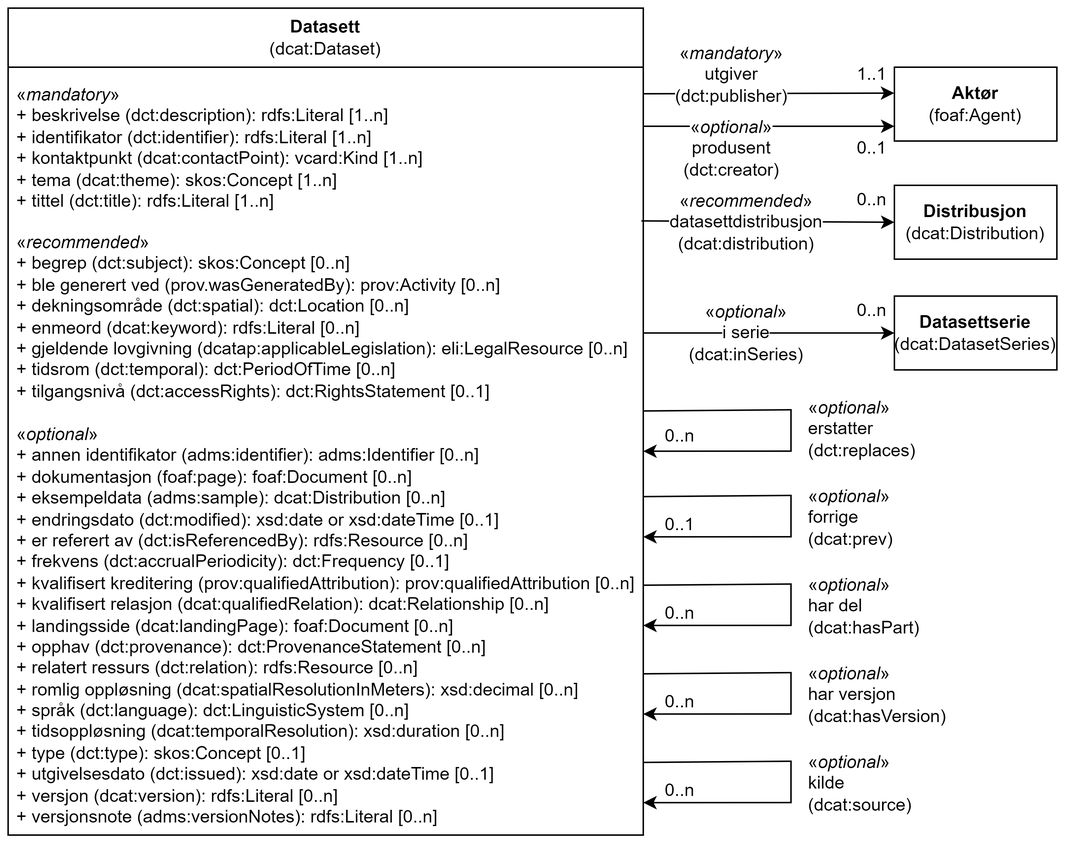
Before: docs/images/Klassen-datasett.png, a diagram exported from draw.io (Informasjonsforvaltning/dcat-ap-no). Source tidied: cells renumbered, new cells last; positions are measured from the earlier drawing's top-left corner, leaving out a move shared by most shapes.
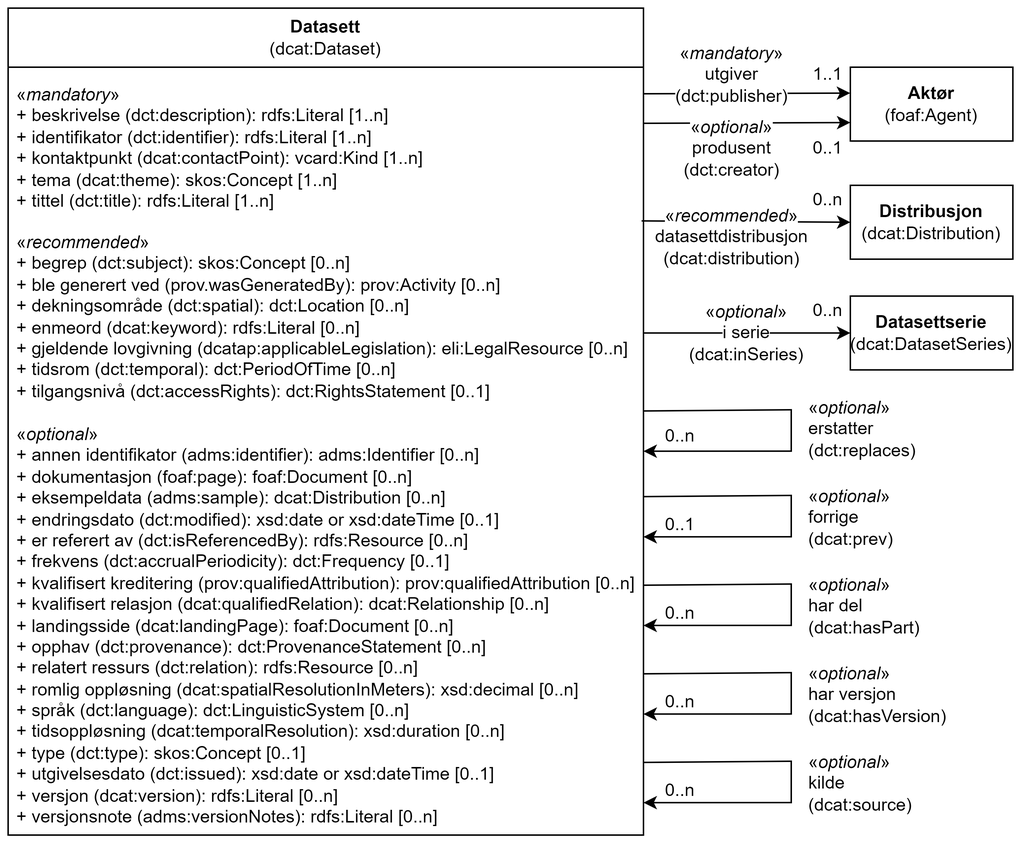
The same file after the commit.

Commit message:
Klassen datasett

The edit, as a diff of the source:
```diff
@@ -25,10 +25,10 @@
       </mxGeometry>
     </mxCell>
     <mxCell id="7" value="&lt;b&gt;Aktør&lt;/b&gt;&lt;br&gt;(foaf:Agent)" style="html=1;whiteSpace=wrap;" parent="1" vertex="1">
-      <mxGeometry x="600" y="40" width="110" height="50" as="geometry" />
+      <mxGeometry x="570" y="40" width="110" height="50" as="geometry" />
     </mxCell>
     <mxCell id="8" value="&lt;b&gt;Distribusjon&lt;/b&gt;&lt;br&gt;(dcat:Distribution)" style="html=1;whiteSpace=wrap;" parent="1" vertex="1">
-      <mxGeometry x="600" y="120" width="110" height="50" as="geometry" />
+      <mxGeometry x="570" y="120" width="110" height="50" as="geometry" />
     </mxCell>
     <mxCell id="9" value="&lt;span style=&quot;background-color: rgb(255, 255, 255);&quot;&gt;«&lt;i style=&quot;border-color: var(--border-color);&quot;&gt;optional&lt;/i&gt;&lt;span style=&quot;&quot;&gt;»&lt;br&gt;&lt;/span&gt;erstatter&lt;br&gt;(dct:replaces)&lt;/span&gt;" style="text;html=1;strokeColor=none;fillColor=none;align=left;verticalAlign=middle;whiteSpace=wrap;rounded=0;" parent="1" vertex="1">
       <mxGeometry x="540" y="270" width="60" height="30" as="geometry" />
@@ -43,7 +43,7 @@
       <mxGeometry x="540" y="450" width="60" height="30" as="geometry" />
     </mxCell>
     <mxCell id="13" value="&lt;b&gt;Datasettserie&lt;/b&gt;&lt;br&gt;(dcat:DatasetSeries)" style="html=1;whiteSpace=wrap;" parent="1" vertex="1">
-      <mxGeometry x="600" y="195" width="110" height="50" as="geometry" />
+      <mxGeometry x="570" y="195" width="110" height="50" as="geometry" />
     </mxCell>
     <mxCell id="14" value="&lt;span style=&quot;background-color: rgb(255, 255, 255);&quot;&gt;«&lt;i style=&quot;border-color: var(--border-color);&quot;&gt;optional&lt;/i&gt;&lt;span style=&quot;&quot;&gt;»&lt;br&gt;&lt;/span&gt;kilde&lt;br&gt;(dcat:source)&lt;/span&gt;" style="text;html=1;strokeColor=none;fillColor=none;align=left;verticalAlign=middle;whiteSpace=wrap;rounded=0;" parent="1" vertex="1">
       <mxGeometry x="540" y="510" width="60" height="30" as="geometry" />
@@ -56,29 +56,28 @@
     <mxCell id="16" value="&lt;span style=&quot;background-color: rgb(255, 255, 255);&quot;&gt;«&lt;i style=&quot;border-color: var(--border-color); text-align: left;&quot;&gt;mandatory&lt;/i&gt;&lt;span style=&quot;text-align: left;&quot;&gt;»&lt;br&gt;&lt;/span&gt;utgiver&lt;br&gt;(dct:publisher)&lt;/span&gt;" style="text;html=1;strokeColor=none;fillColor=none;align=center;verticalAlign=middle;whiteSpace=wrap;rounded=0;" parent="1" vertex="1">
       <mxGeometry x="460" y="30" width="60" height="30" as="geometry" />
     </mxCell>
-    <mxCell id="17" style="endArrow=classic;html=1;rounded=0;" parent="1" edge="1">
+    <mxCell id="17" style="endArrow=classic;html=1;rounded=0;entryX=0;entryY=0.75;entryDx=0;entryDy=0;" parent="1" edge="1" target="7">
       <mxGeometry relative="1" as="geometry">
-        <mxPoint x="430" y="80" as="sourcePoint" />
-        <mxPoint x="600" y="80" as="targetPoint" />
+        <mxPoint x="430" y="78" as="sourcePoint" />
       </mxGeometry>
     </mxCell>
     <mxCell id="18" value="&lt;span style=&quot;background-color: rgb(255, 255, 255);&quot;&gt;«&lt;i style=&quot;border-color: var(--border-color); text-align: left;&quot;&gt;optional&lt;/i&gt;&lt;span style=&quot;text-align: left;&quot;&gt;»&lt;br&gt;&lt;/span&gt;produsent&lt;br&gt;(dct:creator)&lt;/span&gt;" style="text;html=1;strokeColor=none;fillColor=none;align=center;verticalAlign=middle;whiteSpace=wrap;rounded=0;" parent="1" vertex="1">
       <mxGeometry x="460" y="80" width="60" height="30" as="geometry" />
     </mxCell>
     <mxCell id="19" value="1..1" style="text;html=1;strokeColor=none;fillColor=none;align=center;verticalAlign=middle;whiteSpace=wrap;rounded=0;" parent="1" vertex="1">
-      <mxGeometry x="570" y="35" width="30" height="20" as="geometry" />
+      <mxGeometry x="540" y="35" width="30" height="20" as="geometry" />
     </mxCell>
     <mxCell id="20" value="0..1" style="text;html=1;strokeColor=none;fillColor=none;align=center;verticalAlign=middle;whiteSpace=wrap;rounded=0;" parent="1" vertex="1">
-      <mxGeometry x="570" y="85" width="30" height="20" as="geometry" />
+      <mxGeometry x="540" y="85" width="30" height="20" as="geometry" />
     </mxCell>
     <mxCell id="21" style="endArrow=classic;html=1;rounded=0;entryX=0;entryY=0.5;entryDx=0;entryDy=0;exitX=0.997;exitY=-0.007;exitDx=0;exitDy=0;exitPerimeter=0;" parent="1" edge="1" source="4" target="8">
       <mxGeometry relative="1" as="geometry" />
     </mxCell>
     <mxCell id="22" value="&lt;span style=&quot;background-color: rgb(255, 255, 255);&quot;&gt;«&lt;i style=&quot;border-color: var(--border-color); text-align: left;&quot;&gt;recommended&lt;/i&gt;&lt;span style=&quot;text-align: left;&quot;&gt;»&lt;br&gt;&lt;/span&gt;datasettdistribusjon&lt;br&gt;(dcat:distribution)&lt;/span&gt;" style="text;html=1;strokeColor=none;fillColor=none;align=center;verticalAlign=middle;whiteSpace=wrap;rounded=0;" parent="1" vertex="1">
-      <mxGeometry x="470" y="130" width="60" height="30" as="geometry" />
+      <mxGeometry x="460" y="140" width="60" height="30" as="geometry" />
     </mxCell>
     <mxCell id="23" value="0..n" style="text;html=1;strokeColor=none;fillColor=none;align=center;verticalAlign=middle;whiteSpace=wrap;rounded=0;" parent="1" vertex="1">
-      <mxGeometry x="570" y="120" width="30" height="20" as="geometry" />
+      <mxGeometry x="540" y="120" width="30" height="20" as="geometry" />
     </mxCell>
     <mxCell id="24" style="endArrow=classic;html=1;rounded=0;entryX=0;entryY=0.5;entryDx=0;entryDy=0;" parent="1" edge="1" target="13">
       <mxGeometry relative="1" as="geometry">
@@ -89,7 +88,7 @@
       <mxGeometry x="470" y="205" width="60" height="30" as="geometry" />
     </mxCell>
     <mxCell id="26" value="0..n" style="text;html=1;strokeColor=none;fillColor=none;align=center;verticalAlign=middle;whiteSpace=wrap;rounded=0;" parent="1" vertex="1">
-      <mxGeometry x="570" y="195" width="30" height="20" as="geometry" />
+      <mxGeometry x="540" y="195" width="30" height="20" as="geometry" />
     </mxCell>
     <mxCell id="27" style="endArrow=classic;html=1;rounded=0;exitX=1.001;exitY=0.32;exitDx=0;exitDy=0;exitPerimeter=0;entryX=1;entryY=0.414;entryDx=0;entryDy=0;entryPerimeter=0;" parent="1" edge="1">
       <mxGeometry relative="1" as="geometry">
```
